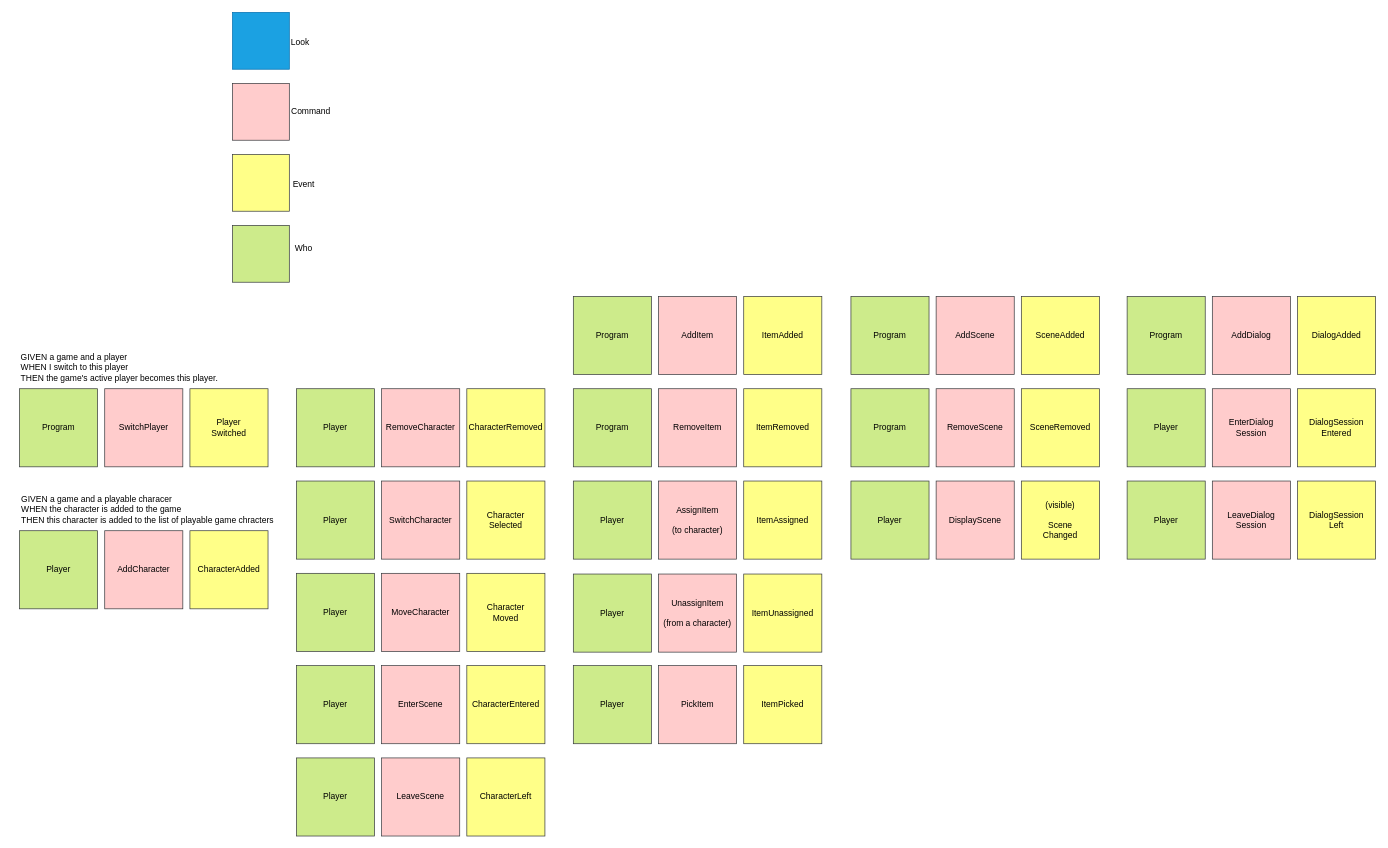
The draw.io diagram page "Stickers" (1 of 4) of doc/dev/EventStorming.drawio in lspawn74/Medness, before the edit. Source tidied: cells renumbered, new cells numbered last; positions are measured from the earlier drawing's top-left corner, leaving out a move shared by most shapes. Both pictures are drawn from the tidied source at 71%, with x=0, y=0 at pixel (12, 12).
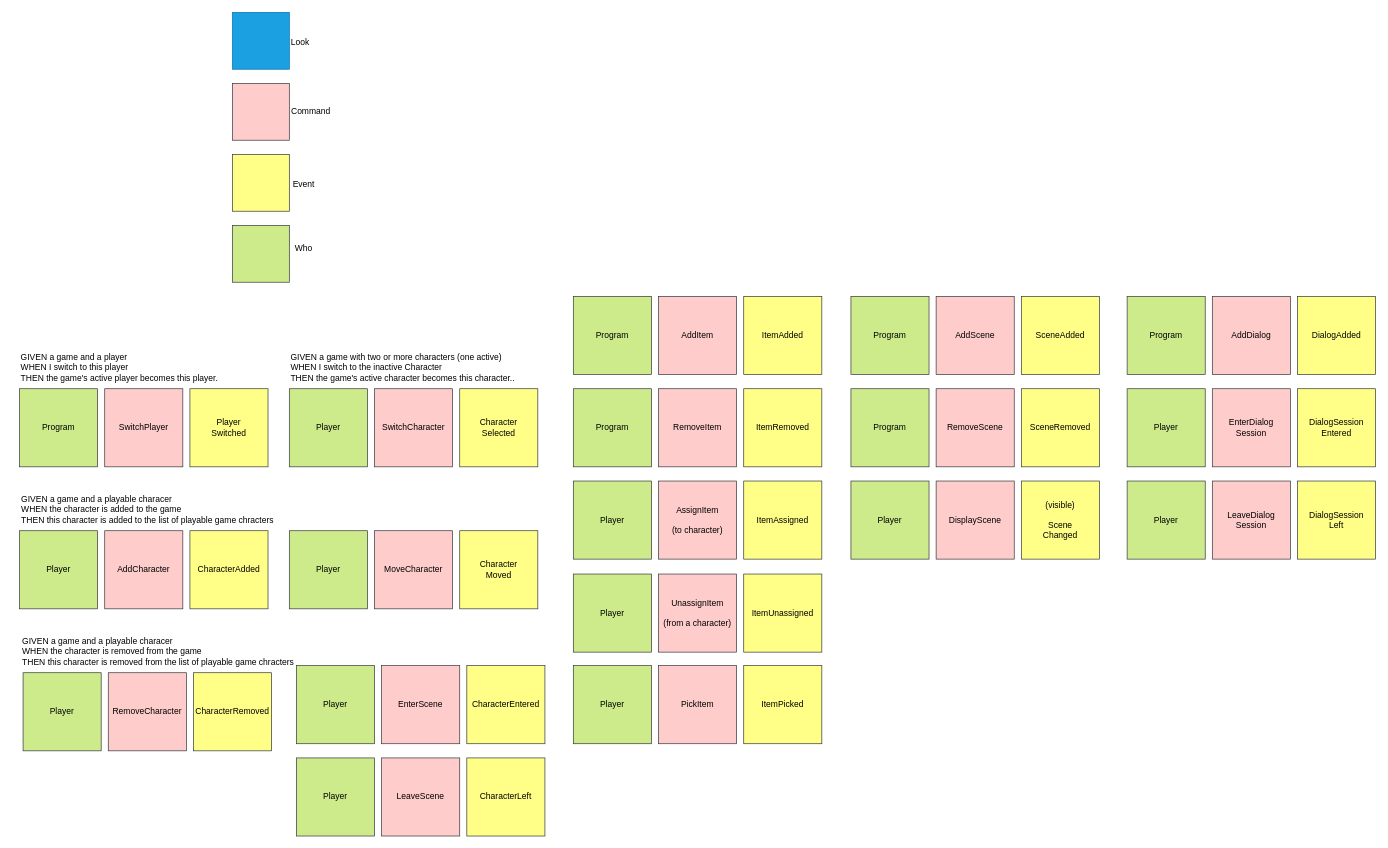
The same page after the edit.

Commit message (it also covers changes not shown here):
Implemented 'Remove Character' and 'Switch Character'.

Diff of the diagram source:
```diff
@@
     <mxCell id="10" style="group;" parent="1" vertex="1">
-      <mxGeometry x="400" y="660" width="350" height="110" as="geometry" />
+      <mxGeometry x="390" y="530" width="350" height="110" as="geometry" />
     </mxCell>
@@
     <mxCell id="18" style="group;" parent="1" vertex="1">
-      <mxGeometry x="400" y="790" width="350" height="110" as="geometry" />
+      <mxGeometry x="390" y="730" width="350" height="110" as="geometry" />
     </mxCell>
@@
     <mxCell id="66" style="group;" parent="1" vertex="1">
-      <mxGeometry x="400" y="530" width="350" height="110" as="geometry" />
+      <mxGeometry x="15" y="930" width="350" height="110" as="geometry" />
     </mxCell>
@@
+    <mxCell id="84" value="&lt;div style=&quot;text-align: left;&quot;&gt;&lt;span style=&quot;background-color: initial;&quot;&gt;GIVEN a game and a playable characer&lt;/span&gt;&lt;/div&gt;&lt;div style=&quot;text-align: left;&quot;&gt;WHEN the character is removed from the game&lt;br&gt;&lt;/div&gt;&lt;div style=&quot;text-align: left;&quot;&gt;THEN this character is removed from the list of playable game chracters&lt;br&gt;&lt;/div&gt;" style="text;html=1;align=center;verticalAlign=middle;strokeColor=none;fillColor=none;" parent="1" vertex="1">
+      <mxGeometry y="870" width="410" height="60" as="geometry" />
+    </mxCell>
+    <mxCell id="85" value="GIVEN a game with two or more characters (one active)&lt;div&gt;WHEN I switch to the inactive Character&lt;/div&gt;&lt;div&gt;THEN the game's active character becomes this character..&lt;/div&gt;" style="text;html=1;align=left;verticalAlign=middle;strokeColor=none;fillColor=none;" parent="1" vertex="1">
+      <mxGeometry x="390" y="470" width="340" height="60" as="geometry" />
+    </mxCell>
```
